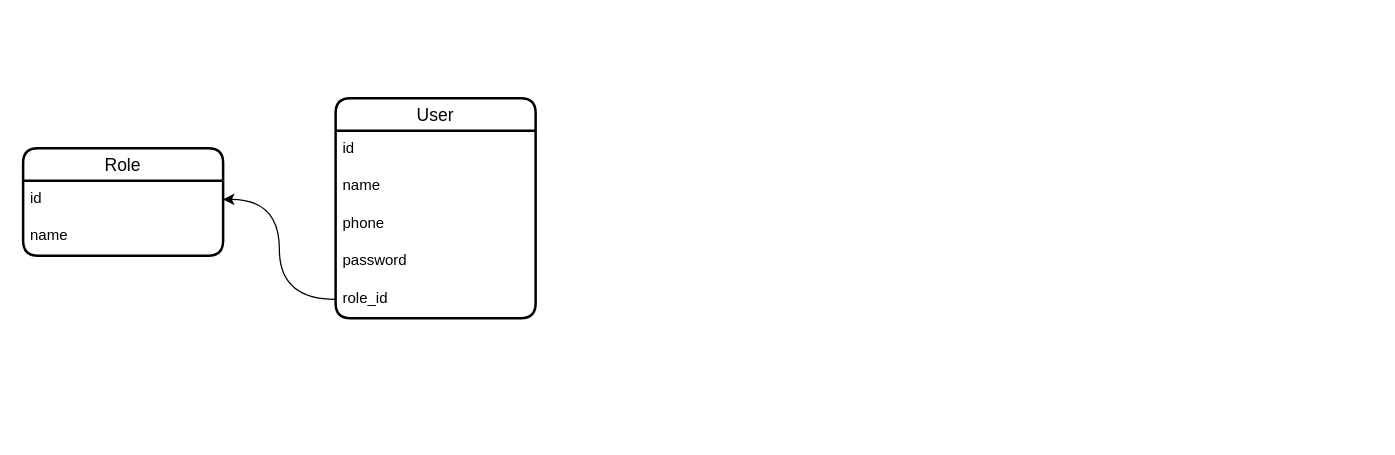
Before: santex.drawio in iztileuoff/databases, a draw.io diagram. Source tidied: cells renumbered, new cells numbered last; positions are measured from the earlier drawing's top-left corner, leaving out a move shared by most shapes. Both pictures are drawn from the tidied source at 125%, with x=0, y=0 at pixel (22, 98).
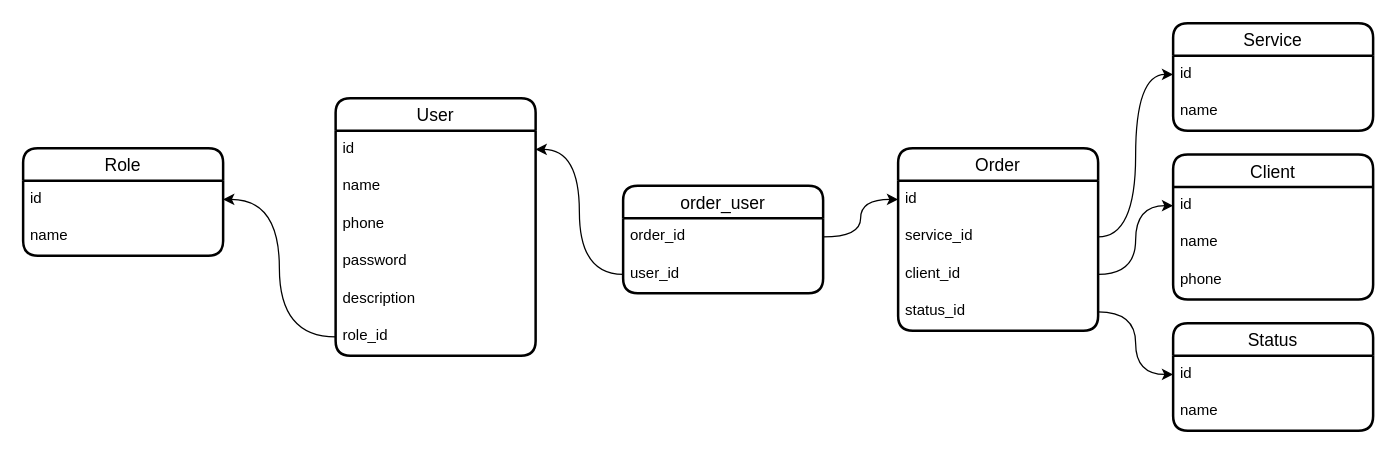
Above is the later version.

The change refers to these unchanged cells:
```xml
<mxCell id="3" value="id" style="text;strokeColor=none;fillColor=none;spacingLeft=4;spacingRight=4;overflow=hidden;points=[[0,0.5],[1,0.5]];portConstraint=eastwest;fontSize=12;whiteSpace=wrap;html=1;" parent="2" vertex="1">
  <mxGeometry y="26" width="160" height="30" as="geometry" />
</mxCell>
```

Change to the diagram source:
```diff
@@
     <mxCell id="2" value="User" style="swimlane;fontStyle=0;horizontal=1;startSize=26;align=center;fontSize=14;strokeWidth=2;rounded=1;shadow=0;glass=0;swimlaneLine=1;" parent="1" vertex="1">
-      <mxGeometry x="250" width="160" height="176" as="geometry" />
+      <mxGeometry x="250" width="160" height="206" as="geometry" />
     </mxCell>
@@
+    <mxCell id="12" value="description" style="text;strokeColor=none;fillColor=none;spacingLeft=4;spacingRight=4;overflow=hidden;fontSize=12;whiteSpace=wrap;html=1;" parent="2" vertex="1">
+      <mxGeometry y="146" width="160" height="30" as="geometry" />
+    </mxCell>
     <mxCell id="7" value="role_id" style="text;strokeColor=none;fillColor=none;spacingLeft=4;spacingRight=4;overflow=hidden;points=[[0,0.5],[1,0.5]];portConstraint=eastwest;fontSize=12;whiteSpace=wrap;html=1;" parent="2" vertex="1">
-      <mxGeometry y="146" width="160" height="30" as="geometry" />
+      <mxGeometry y="176" width="160" height="30" as="geometry" />
     </mxCell>
@@
+    <mxCell id="13" value="Service" style="swimlane;fontStyle=0;horizontal=1;startSize=26;align=center;fontSize=14;strokeWidth=2;rounded=1;shadow=0;glass=0;swimlaneLine=1;" parent="1" vertex="1">
+      <mxGeometry x="920" y="-60" width="160" height="86" as="geometry" />
+    </mxCell>
+    <mxCell id="14" value="id" style="text;strokeColor=none;fillColor=none;spacingLeft=4;spacingRight=4;overflow=hidden;points=[[0,0.5],[1,0.5]];portConstraint=eastwest;fontSize=12;whiteSpace=wrap;html=1;" parent="13" vertex="1">
+      <mxGeometry y="26" width="160" height="30" as="geometry" />
+    </mxCell>
+    <mxCell id="15" value="name" style="text;strokeColor=none;fillColor=none;spacingLeft=4;spacingRight=4;overflow=hidden;fontSize=12;whiteSpace=wrap;html=1;" parent="13" vertex="1">
+      <mxGeometry y="56" width="160" height="30" as="geometry" />
+    </mxCell>
+    <mxCell id="16" value="Client" style="swimlane;fontStyle=0;horizontal=1;startSize=26;align=center;fontSize=14;strokeWidth=2;rounded=1;shadow=0;glass=0;swimlaneLine=1;" parent="1" vertex="1">
+      <mxGeometry x="920" y="45" width="160" height="116" as="geometry" />
+    </mxCell>
+    <mxCell id="17" value="id" style="text;strokeColor=none;fillColor=none;spacingLeft=4;spacingRight=4;overflow=hidden;points=[[0,0.5],[1,0.5]];portConstraint=eastwest;fontSize=12;whiteSpace=wrap;html=1;" parent="16" vertex="1">
+      <mxGeometry y="26" width="160" height="30" as="geometry" />
+    </mxCell>
+    <mxCell id="18" value="name" style="text;strokeColor=none;fillColor=none;spacingLeft=4;spacingRight=4;overflow=hidden;fontSize=12;whiteSpace=wrap;html=1;" parent="16" vertex="1">
+      <mxGeometry y="56" width="160" height="30" as="geometry" />
+    </mxCell>
+    <mxCell id="19" value="phone" style="text;strokeColor=none;fillColor=none;spacingLeft=4;spacingRight=4;overflow=hidden;fontSize=12;whiteSpace=wrap;html=1;" parent="16" vertex="1">
+      <mxGeometry y="86" width="160" height="30" as="geometry" />
+    </mxCell>
+    <mxCell id="20" value="Order" style="swimlane;fontStyle=0;horizontal=1;startSize=26;align=center;fontSize=14;strokeWidth=2;rounded=1;shadow=0;glass=0;swimlaneLine=1;" parent="1" vertex="1">
+      <mxGeometry x="700" y="40" width="160" height="146" as="geometry" />
+    </mxCell>
+    <mxCell id="21" value="id" style="text;strokeColor=none;fillColor=none;spacingLeft=4;spacingRight=4;overflow=hidden;points=[[0,0.5],[1,0.5]];portConstraint=eastwest;fontSize=12;whiteSpace=wrap;html=1;" parent="20" vertex="1">
+      <mxGeometry y="26" width="160" height="30" as="geometry" />
+    </mxCell>
+    <mxCell id="22" value="service_id" style="text;strokeColor=none;fillColor=none;spacingLeft=4;spacingRight=4;overflow=hidden;points=[[0,0.5],[1,0.5]];portConstraint=eastwest;fontSize=12;whiteSpace=wrap;html=1;" parent="20" vertex="1">
+      <mxGeometry y="56" width="160" height="30" as="geometry" />
+    </mxCell>
+    <mxCell id="23" value="client_id" style="text;strokeColor=none;fillColor=none;spacingLeft=4;spacingRight=4;overflow=hidden;points=[[0,0.5],[1,0.5]];portConstraint=eastwest;fontSize=12;whiteSpace=wrap;html=1;" parent="20" vertex="1">
+      <mxGeometry y="86" width="160" height="30" as="geometry" />
+    </mxCell>
+    <mxCell id="24" value="status_id" style="text;strokeColor=none;fillColor=none;spacingLeft=4;spacingRight=4;overflow=hidden;points=[[0,0.5],[1,0.5]];portConstraint=eastwest;fontSize=12;whiteSpace=wrap;html=1;" parent="20" vertex="1">
+      <mxGeometry y="116" width="160" height="30" as="geometry" />
+    </mxCell>
+    <mxCell id="25" value="Status" style="swimlane;fontStyle=0;horizontal=1;startSize=26;align=center;fontSize=14;strokeWidth=2;rounded=1;shadow=0;glass=0;swimlaneLine=1;" parent="1" vertex="1">
+      <mxGeometry x="920" y="180" width="160" height="86" as="geometry" />
+    </mxCell>
+    <mxCell id="26" value="id" style="text;strokeColor=none;fillColor=none;spacingLeft=4;spacingRight=4;overflow=hidden;points=[[0,0.5],[1,0.5]];portConstraint=eastwest;fontSize=12;whiteSpace=wrap;html=1;" parent="25" vertex="1">
+      <mxGeometry y="26" width="160" height="30" as="geometry" />
+    </mxCell>
+    <mxCell id="27" value="name" style="text;strokeColor=none;fillColor=none;spacingLeft=4;spacingRight=4;overflow=hidden;fontSize=12;whiteSpace=wrap;html=1;" parent="25" vertex="1">
+      <mxGeometry y="56" width="160" height="30" as="geometry" />
+    </mxCell>
+    <mxCell id="28" value="order_user" style="swimlane;fontStyle=0;horizontal=1;startSize=26;align=center;fontSize=14;strokeWidth=2;rounded=1;shadow=0;glass=0;swimlaneLine=1;" parent="1" vertex="1">
+      <mxGeometry x="480" y="70" width="160" height="86" as="geometry" />
+    </mxCell>
+    <mxCell id="29" value="order_id" style="text;strokeColor=none;fillColor=none;spacingLeft=4;spacingRight=4;overflow=hidden;points=[[0,0.5],[1,0.5]];portConstraint=eastwest;fontSize=12;whiteSpace=wrap;html=1;" parent="28" vertex="1">
+      <mxGeometry y="26" width="160" height="30" as="geometry" />
+    </mxCell>
+    <mxCell id="30" value="user_id" style="text;strokeColor=none;fillColor=none;spacingLeft=4;spacingRight=4;overflow=hidden;points=[[0,0.5],[1,0.5]];portConstraint=eastwest;fontSize=12;whiteSpace=wrap;html=1;" parent="28" vertex="1">
+      <mxGeometry y="56" width="160" height="30" as="geometry" />
+    </mxCell>
+    <mxCell id="31" style="edgeStyle=orthogonalEdgeStyle;rounded=0;jettySize=auto;html=1;entryX=0;entryY=0.5;entryDx=0;entryDy=0;curved=1;" parent="1" edge="1" source="29" target="21">
+      <mxGeometry relative="1" as="geometry" />
+    </mxCell>
+    <mxCell id="32" style="edgeStyle=orthogonalEdgeStyle;rounded=0;jettySize=auto;html=1;entryX=1;entryY=0.5;entryDx=0;entryDy=0;curved=1;" parent="1" edge="1" source="30" target="3">
+      <mxGeometry relative="1" as="geometry" />
+    </mxCell>
+    <mxCell id="33" style="edgeStyle=orthogonalEdgeStyle;rounded=0;jettySize=auto;html=1;entryX=0;entryY=0.5;entryDx=0;entryDy=0;curved=1;" parent="1" edge="1" source="23" target="17">
+      <mxGeometry relative="1" as="geometry" />
+    </mxCell>
+    <mxCell id="34" style="edgeStyle=orthogonalEdgeStyle;rounded=0;jettySize=auto;html=1;entryX=0;entryY=0.5;entryDx=0;entryDy=0;curved=1;" parent="1" edge="1" source="24" target="26">
+      <mxGeometry relative="1" as="geometry" />
+    </mxCell>
+    <mxCell id="35" style="edgeStyle=orthogonalEdgeStyle;rounded=0;jettySize=auto;html=1;entryX=0;entryY=0.5;entryDx=0;entryDy=0;curved=1;" parent="1" edge="1" source="22" target="14">
+      <mxGeometry relative="1" as="geometry" />
+    </mxCell>
```
